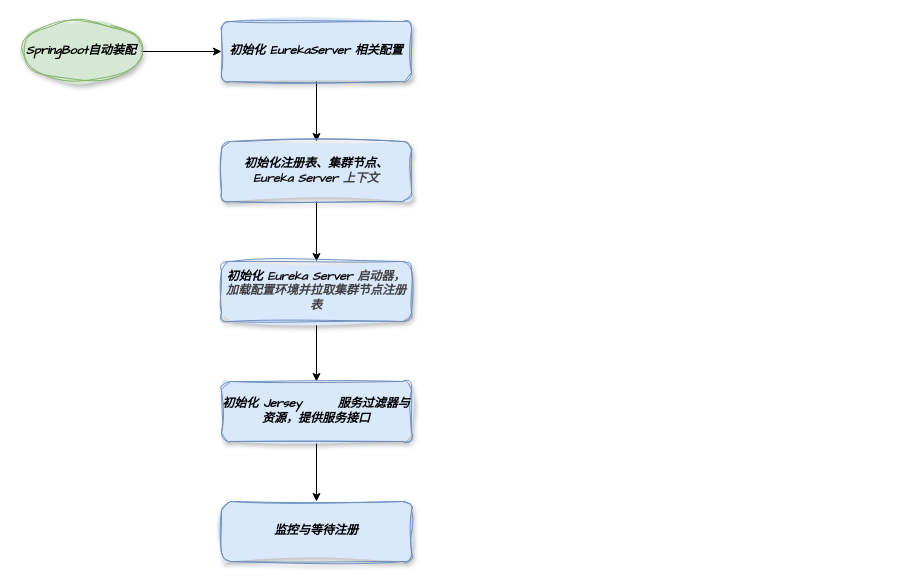
Thechc/materials keeps this draw.io diagram as draw/springcloud/未命名绘图.drawio. Above is the earlier version. Source tidied: cells renumbered, new cells numbered last; positions are measured from the earlier drawing's top-left corner, leaving out a move shared by most shapes. Both pictures are drawn from the tidied source at 100%, with x=0, y=0 at pixel (21, 21).
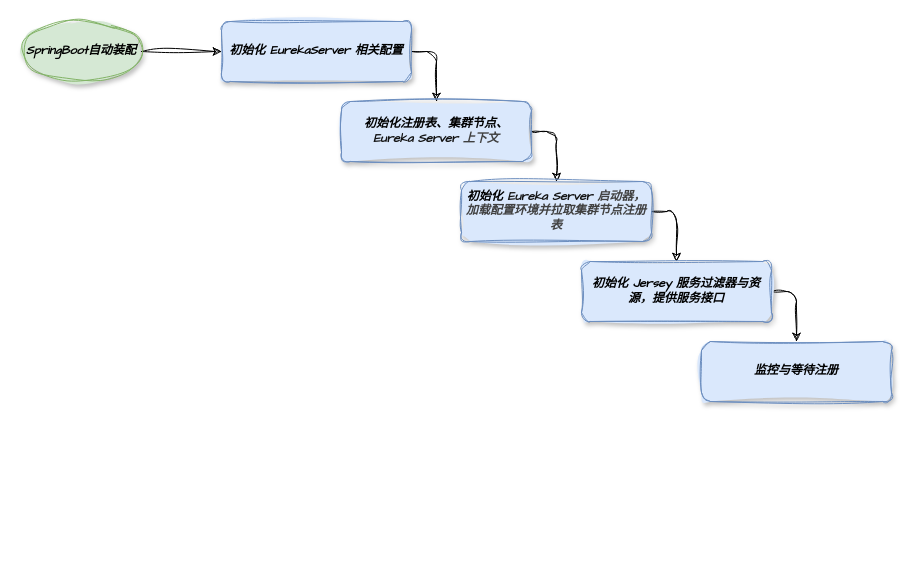
After the change.

Commit message:
更新未命名绘图.drawio

Change to the diagram source:
```diff
@@
 <mxGraphModel>
   <root>
     <mxCell id="0" />
     <mxCell id="1" parent="0" />
-    <mxCell id="2" style="edgeStyle=orthogonalEdgeStyle;rounded=0;jettySize=auto;html=1;fontStyle=3;fontFamily=Comic Sans MS;" parent="1" edge="1" source="3" target="5">
+    <mxCell id="2" style="edgeStyle=orthogonalEdgeStyle;rounded=1;jettySize=auto;html=1;fontStyle=3;fontFamily=Comic Sans MS;sketch=1;curveFitting=1;jiggle=2;" parent="1" edge="1" source="3" target="5">
       <mxGeometry relative="1" as="geometry" />
     </mxCell>
     <mxCell id="3" value="SpringBoot自动装配" style="ellipse;whiteSpace=wrap;html=1;fillColor=#d5e8d4;strokeColor=#82b366;fillStyle=solid;sketch=1;curveFitting=1;jiggle=2;shadow=1;fontStyle=3;fontFamily=Comic Sans MS;" parent="1" vertex="1">
       <mxGeometry width="120" height="60" as="geometry" />
     </mxCell>
-    <mxCell id="4" style="edgeStyle=orthogonalEdgeStyle;rounded=0;jettySize=auto;html=1;fontStyle=3;fontFamily=Comic Sans MS;" parent="1" edge="1" source="5" target="7">
+    <mxCell id="4" style="edgeStyle=orthogonalEdgeStyle;rounded=1;jettySize=auto;html=1;exitX=1;exitY=0.5;exitDx=0;exitDy=0;fontFamily=Comic Sans MS;fontStyle=3;sketch=1;curveFitting=1;jiggle=2;" parent="1" edge="1" source="5" target="7">
       <mxGeometry relative="1" as="geometry" />
     </mxCell>
     <mxCell id="5" value="初始化 EurekaServer 相关配置" style="rounded=1;whiteSpace=wrap;html=1;fillColor=#dae8fc;strokeColor=#6c8ebf;fillStyle=solid;sketch=1;curveFitting=1;jiggle=2;shadow=1;fontStyle=3;fontFamily=Comic Sans MS;" parent="1" vertex="1">
       <mxGeometry x="200" width="190" height="60" as="geometry" />
     </mxCell>
-    <mxCell id="6" style="edgeStyle=orthogonalEdgeStyle;rounded=0;jettySize=auto;html=1;fontStyle=3;fontFamily=Comic Sans MS;" parent="1" edge="1" source="7" target="9">
+    <mxCell id="6" style="edgeStyle=orthogonalEdgeStyle;rounded=1;jettySize=auto;html=1;exitX=1;exitY=0.5;exitDx=0;exitDy=0;fontFamily=Comic Sans MS;fontStyle=3;sketch=1;curveFitting=1;jiggle=2;" parent="1" edge="1" source="7" target="9">
       <mxGeometry relative="1" as="geometry" />
     </mxCell>
     <mxCell id="7" value="初始化注册表、集群节点、&lt;div class=&quot;lake-content&quot;&gt; &lt;span style=&quot;color: rgb(18, 18, 18)&quot; class=&quot;ne-text&quot;&gt;Eureka Server &lt;/span&gt;&lt;span style=&quot;color: rgb(64, 64, 64)&quot; class=&quot;ne-text&quot;&gt;上下文&lt;/span&gt;&lt;/div&gt;" style="rounded=1;whiteSpace=wrap;html=1;fillColor=#dae8fc;strokeColor=#6c8ebf;fillStyle=solid;sketch=1;curveFitting=1;jiggle=2;shadow=1;fontStyle=3;fontFamily=Comic Sans MS;" parent="1" vertex="1">
-      <mxGeometry x="200" y="120" width="190" height="60" as="geometry" />
+      <mxGeometry x="320" y="80" width="190" height="60" as="geometry" />
     </mxCell>
-    <mxCell id="8" style="edgeStyle=orthogonalEdgeStyle;rounded=0;jettySize=auto;html=1;fontStyle=3;fontFamily=Comic Sans MS;" parent="1" edge="1" source="9" target="11">
+    <mxCell id="8" style="edgeStyle=orthogonalEdgeStyle;rounded=1;jettySize=auto;html=1;exitX=1;exitY=0.5;exitDx=0;exitDy=0;fontFamily=Comic Sans MS;fontStyle=3;sketch=1;curveFitting=1;jiggle=2;" parent="1" edge="1" source="9" target="11">
       <mxGeometry relative="1" as="geometry" />
     </mxCell>
     <mxCell id="9" value="初始化&amp;nbsp;&lt;span style=&quot;background-color: initial; color: rgb(18, 18, 18);&quot; class=&quot;ne-text&quot;&gt;Eureka Server &lt;/span&gt;&lt;span style=&quot;background-color: initial;&quot; class=&quot;ne-text&quot;&gt;&lt;font color=&quot;#404040&quot;&gt;启动器，&lt;br&gt;加载配置环境并拉取集群节点注册表&lt;br&gt;&lt;/font&gt;&lt;/span&gt;" style="rounded=1;whiteSpace=wrap;html=1;fillColor=#dae8fc;strokeColor=#6c8ebf;fillStyle=solid;sketch=1;curveFitting=1;jiggle=2;shadow=1;fontStyle=3;fontFamily=Comic Sans MS;" parent="1" vertex="1">
-      <mxGeometry x="200" y="240" width="190" height="60" as="geometry" />
+      <mxGeometry x="440" y="160" width="190" height="60" as="geometry" />
     </mxCell>
-    <mxCell id="10" style="edgeStyle=orthogonalEdgeStyle;rounded=0;jettySize=auto;html=1;fontStyle=3;fontFamily=Comic Sans MS;" parent="1" edge="1" source="11" target="12">
+    <mxCell id="10" style="edgeStyle=orthogonalEdgeStyle;rounded=1;jettySize=auto;html=1;exitX=1;exitY=0.5;exitDx=0;exitDy=0;fontFamily=Comic Sans MS;fontStyle=3;sketch=1;curveFitting=1;jiggle=2;" parent="1" edge="1" source="11" target="12">
       <mxGeometry relative="1" as="geometry" />
     </mxCell>
-    <mxCell id="11" value="初始化 Jersey&lt;span style=&quot;white-space: pre;&quot;&gt;&#9;&lt;/span&gt;服务过滤器与资源，提供服务接口" style="rounded=1;whiteSpace=wrap;html=1;fillColor=#dae8fc;strokeColor=#6c8ebf;fillStyle=solid;sketch=1;curveFitting=1;jiggle=2;shadow=1;fontStyle=3;fontFamily=Comic Sans MS;" parent="1" vertex="1">
-      <mxGeometry x="200" y="360" width="190" height="60" as="geometry" />
+    <mxCell id="11" value="初始化 Jersey 服务过滤器与资源，提供服务接口" style="rounded=1;whiteSpace=wrap;html=1;fillColor=#dae8fc;strokeColor=#6c8ebf;fillStyle=solid;sketch=1;curveFitting=1;jiggle=2;shadow=1;fontStyle=3;fontFamily=Comic Sans MS;" parent="1" vertex="1">
+      <mxGeometry x="560" y="240" width="190" height="60" as="geometry" />
     </mxCell>
     <mxCell id="12" value="监控与等待注册" style="rounded=1;whiteSpace=wrap;html=1;fillColor=#dae8fc;strokeColor=#6c8ebf;fillStyle=solid;sketch=1;curveFitting=1;jiggle=2;shadow=1;fontStyle=3;fontFamily=Comic Sans MS;" parent="1" vertex="1">
-      <mxGeometry x="200" y="480" width="190" height="60" as="geometry" />
+      <mxGeometry x="680" y="320" width="190" height="60" as="geometry" />
     </mxCell>
   </root>
 </mxGraphModel>
```
